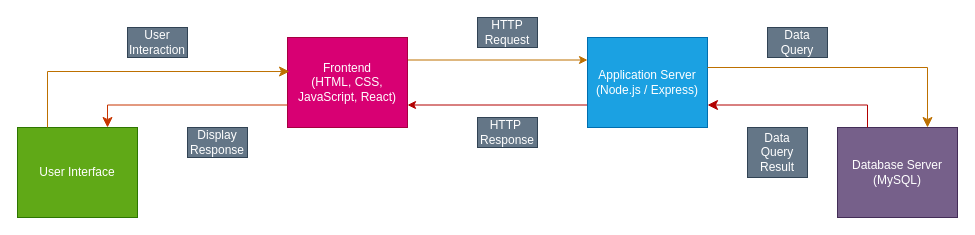
Before: proposal/submission/sec01/Systema/blockdiagram.drawio in drshahizan/software-engineering, a draw.io diagram. Source tidied: cells renumbered, new cells numbered last; positions are measured from the earlier drawing's top-left corner, leaving out a move shared by most shapes. Both pictures are drawn from the tidied source at 100%, with x=0, y=0 at pixel (17, 17).
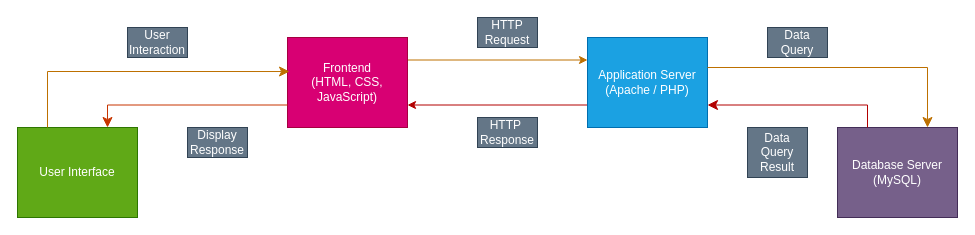
The same page after the edit.

What changed in the source:
```diff
@@
-<mxGraphModel>
+<mxGraphModel background="#ffffff">
@@
-    <mxCell id="4" value="Frontend&lt;br&gt;(HTML, CSS, JavaScript, React)" style="rounded=0;whiteSpace=wrap;html=1;fillColor=#d80073;strokeColor=#A50040;fontColor=#ffffff;" parent="1" vertex="1">
+    <mxCell id="4" value="Frontend&lt;br&gt;(HTML, CSS, JavaScript)" style="rounded=0;whiteSpace=wrap;html=1;fillColor=#d80073;strokeColor=#A50040;fontColor=#ffffff;" parent="1" vertex="1">
       <mxGeometry x="270" y="20" width="120" height="90" as="geometry" />
     </mxCell>
@@
-    <mxCell id="6" value="Application Server (Node.js / Express)" style="rounded=0;whiteSpace=wrap;html=1;fillColor=#1ba1e2;fontColor=#ffffff;strokeColor=#006EAF;" parent="1" vertex="1">
+    <mxCell id="6" value="Application Server (Apache / PHP)" style="rounded=0;whiteSpace=wrap;html=1;fillColor=#1ba1e2;fontColor=#ffffff;strokeColor=#006EAF;" parent="1" vertex="1">
       <mxGeometry x="570" y="20" width="120" height="90" as="geometry" />
     </mxCell>
```
